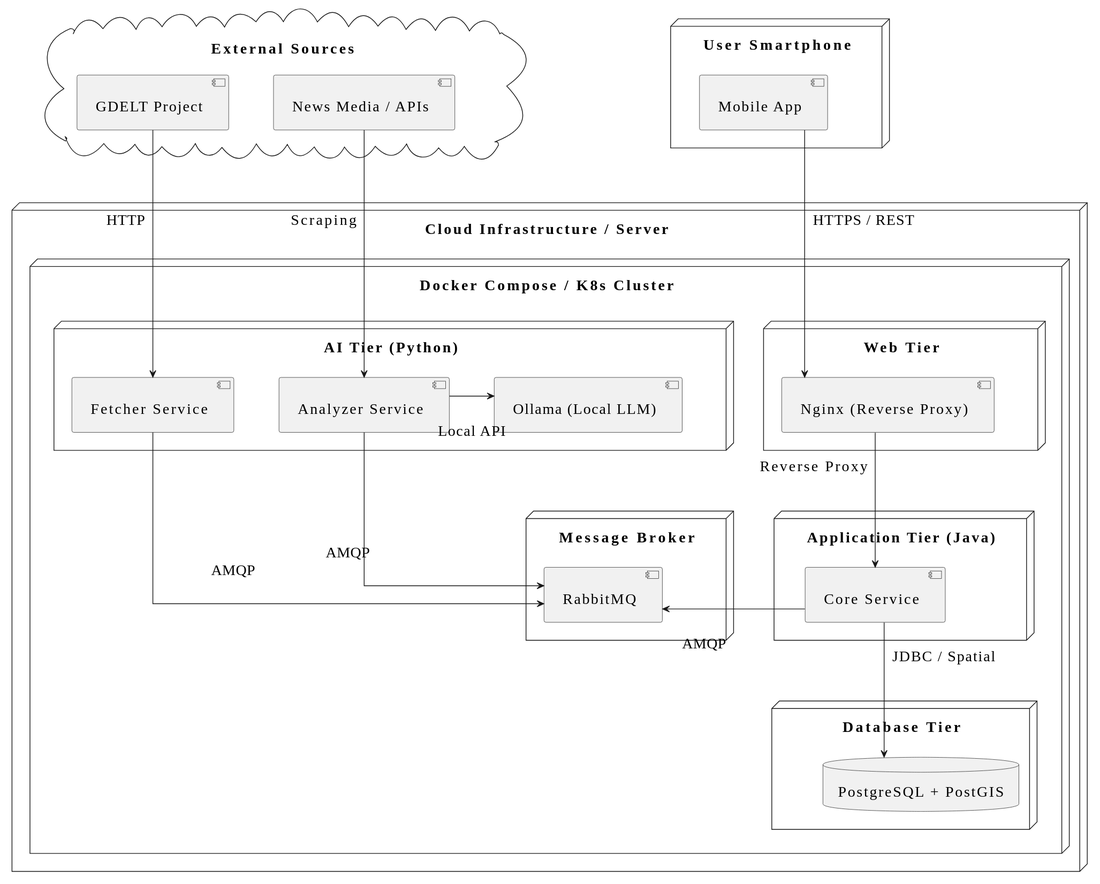
Earlier version of the PlantUML export posters/build/svg/deployment_diagramm.svg (kovvvalskii/diploma-report).
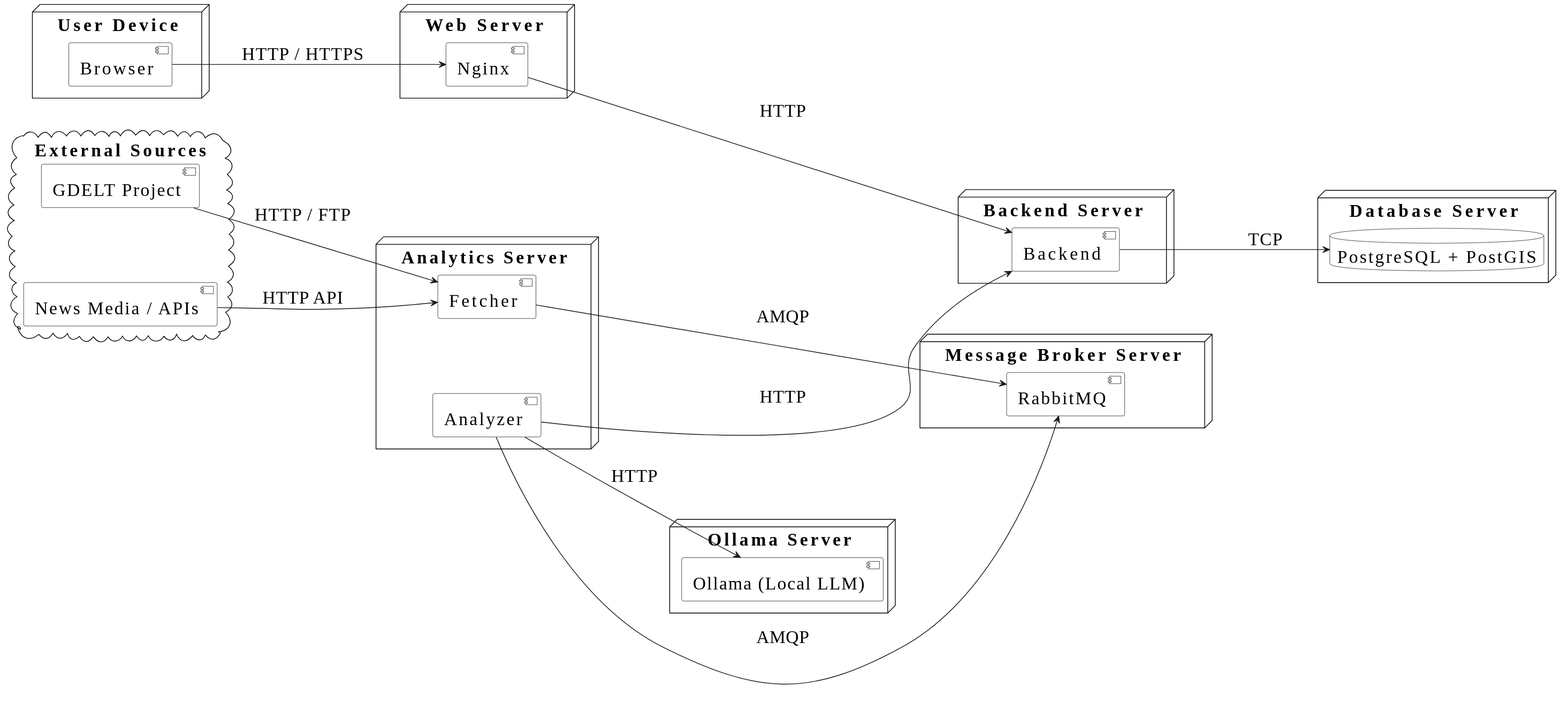
The same file after the commit.

What changed in the source:
```diff
@@ -1,81 +1,69 @@
 @startuml
-top to bottom direction
-
-skinparam defaultFontSize 20
-skinparam defaultFontName "Verdana"
-skinparam linetype ortho
-
-skinparam nodesep 60
-skinparam ranksep 80
-skinparam padding 10
+left to right direction
 
 skinparam monochrome true
 skinparam shadowing false
-skinparam BackgroundColor white
+skinparam defaultFontName "Verdana"
+skinparam defaultFontSize 24
+skinparam nodesep 100
 
-node "User Smartphone" as us {
-    component [Mobile App] as Mobile
+skinparam NodeBackgroundColor white
+skinparam ComponentBackgroundColor white
+skinparam DatabaseBackgroundColor white
+skinparam CloudBackgroundColor white
+
+skinparam NodeBorderColor black
+skinparam ComponentBorderColor black
+skinparam DatabaseBorderColor black
+skinparam CloudBorderColor black
+
+
+node "User Device" {
+    component [Browser] as Browser
 }
 
-cloud "External Sources" as es {
-    component [GDELT Project] as GDELT
-    component [News Media / APIs] as News
-    GDELT -[hidden]right- News
-}
-
-us -[hidden]right- es
-
-
-node "Cloud Infrastructure / Server" {
-    node "Docker Compose / K8s Cluster" {
-
-        node "Web Tier" as web {
-            component [Nginx (Reverse Proxy)] as Nginx
-        }
-
-        node "Application Tier (Java)" as app {
-            component [Core Service] as Core
-        }
-
-        node "Database Tier" as db_tier {
-            database "PostgreSQL + PostGIS" as DB
-        }
-
-        node "AI Tier (Python)" as ai {
-            component [Fetcher Service] as Fetcher
-            component [Analyzer Service] as Analyzer
-            component [Ollama (Local LLM)] as Ollama
-
-            Fetcher -[hidden]right- Analyzer
-            Analyzer -[hidden]right- Ollama
-        }
-
-        node "Message Broker" as mb {
-            component [RabbitMQ] as RMQ
-        }
-
-        web -[hidden]right- ai
-        app -[hidden]right- mb
-
-        web -[hidden]down- app
-        app -[hidden]down- db_tier
-
-        ai -[hidden]down- mb
-    }
+cloud "External Sources" {
+    [GDELT Project] as GDELT
+    [News Media / APIs] as News
 }
 
 
-Mobile ---> Nginx : "\nHTTPS / REST\n"
-Nginx ---> Core : "\nReverse Proxy\n"
-Core ---> DB : "\nJDBC / Spatial\n"
+node "Web Server" {
+    component [Nginx] as Nginx
+}
 
-GDELT ---> Fetcher : "\nHTTP\n"
-News ---> Analyzer : "\nScraping\n"
+node "Analytics Server" {
+    component [Fetcher] as Fetcher
+    component [Analyzer] as Analyzer
+}
 
-Analyzer -right-> Ollama : "\nLocal API\n"
+node "Ollama Server" {
+    component [Ollama (Local LLM)] as Ollama
+}
 
-Fetcher ---> RMQ : "\nAMQP\n"
-Analyzer ---> RMQ : "\nAMQP\n"
+node "Backend Server" {
+    component [Backend] as Backend
+}
 
-Core -> RMQ : "\nAMQP\n"
+node "Message Broker Server" {
+    component [RabbitMQ] as RMQ
+}
+
+node "Database Server" {
+    database "PostgreSQL + PostGIS" as DB
+}
+
+
+Browser --> Nginx : HTTP / HTTPS
+GDELT --> Fetcher : HTTP / FTP
+News --> Fetcher : HTTP API
+
+Nginx ---> Backend : HTTP
+Analyzer --> Ollama : HTTP
+
+Fetcher ---> RMQ : AMQP
+Analyzer ---> RMQ : AMQP
+Analyzer ---> Backend : HTTP
+
+Backend ---> DB : TCP
 @enduml
```
